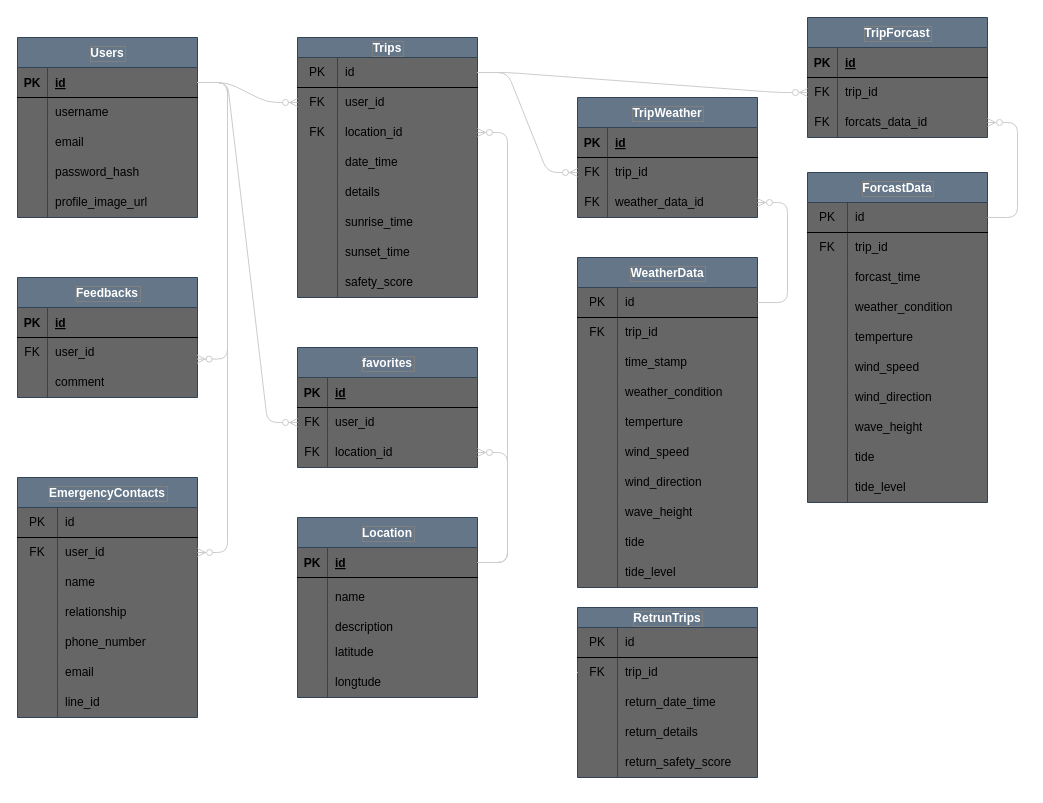
This is 開発設計書/DB/ER.drawio from ragna1123/safety_kayak_fishing_documents, a draw.io file, before an edit. Source tidied: cells renumbered, new cells numbered last; positions are measured from the earlier drawing's top-left corner, leaving out a move shared by most shapes. Both pictures are drawn from the tidied source at 100%, with x=0, y=0 at pixel (17, 17).
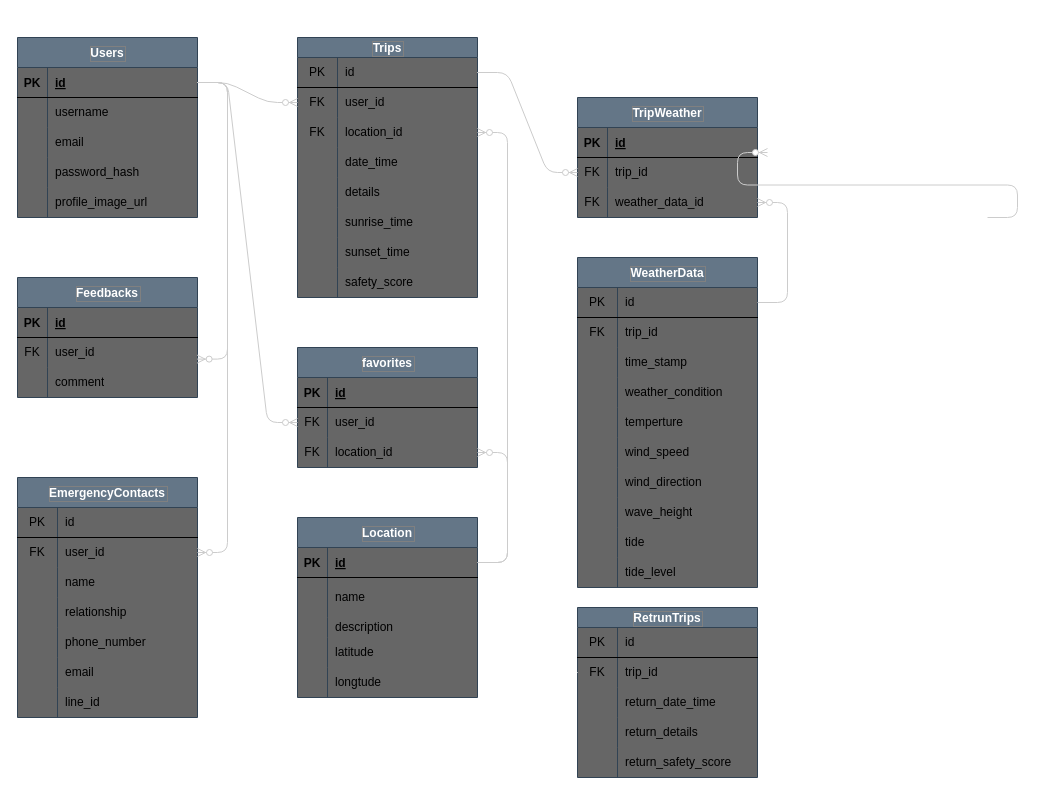
Above is the later version.

Unchanged cells that the change refers to:
```xml
<mxCell id="3" style="shape=tableRow;horizontal=0;startSize=0;swimlaneHead=0;swimlaneBody=0;top=0;left=0;bottom=0;right=0;fillColor=none;points=[[0,0.5],[1,0.5]];portConstraint=eastwest;" parent="2" vertex="1">
  <mxGeometry y="20" width="180" height="30" as="geometry" />
</mxCell>
```

What changed in the source:
```diff
@@
-    <mxCell id="156" value="ForcastData" style="shape=table;startSize=30;childLayout=tableLayout;rowLines=0;fontStyle=1;labelBackgroundColor=none;fillColor=#647687;strokeColor=#314354;fontColor=#FFFFFF;swimlaneFillColor=#666666;labelBorderColor=#808080;" parent="1" vertex="1">
-      <mxGeometry x="790" y="155" width="180" height="330" as="geometry" />
-    </mxCell>
-    <mxCell id="157" style="shape=tableRow;horizontal=0;startSize=0;swimlaneHead=0;swimlaneBody=0;top=0;left=0;bottom=0;right=0;fillColor=none;points=[[0,0.5],[1,0.5]];portConstraint=eastwest;" parent="156" vertex="1">
-      <mxGeometry y="30" width="180" height="30" as="geometry" />
-    </mxCell>
-    <mxCell id="158" value="PK" style="shape=partialRectangle;html=1;whiteSpace=wrap;fillColor=none;top=0;left=0;bottom=1;right=0;overflow=hidden;" parent="157" vertex="1">
-      <mxGeometry width="40" height="30" as="geometry" />
-    </mxCell>
-    <mxCell id="159" value="id" style="shape=partialRectangle;html=1;whiteSpace=wrap;fillColor=none;top=0;left=0;bottom=1;right=0;align=left;spacingLeft=6;overflow=hidden;" parent="157" vertex="1">
-      <mxGeometry x="40" width="140" height="30" as="geometry" />
-    </mxCell>
-    <mxCell id="160" style="shape=tableRow;horizontal=0;startSize=0;swimlaneHead=0;swimlaneBody=0;top=0;left=0;bottom=0;right=0;fillColor=none;" parent="156" vertex="1">
-      <mxGeometry y="60" width="180" height="30" as="geometry" />
-    </mxCell>
-    <mxCell id="161" value="FK" style="shape=partialRectangle;html=1;whiteSpace=wrap;fillColor=none;top=0;left=0;bottom=0;right=0;overflow=hidden;" parent="160" vertex="1">
-      <mxGeometry width="40" height="30" as="geometry" />
-    </mxCell>
-    <mxCell id="162" value="trip_id" style="shape=partialRectangle;html=1;whiteSpace=wrap;fillColor=none;top=0;left=0;bottom=0;right=0;align=left;spacingLeft=6;overflow=hidden;" parent="160" vertex="1">
-      <mxGeometry x="40" width="140" height="30" as="geometry" />
-    </mxCell>
-    <mxCell id="163" style="shape=tableRow;horizontal=0;startSize=0;swimlaneHead=0;swimlaneBody=0;top=0;left=0;bottom=0;right=0;fillColor=none;" parent="156" vertex="1">
-      <mxGeometry y="90" width="180" height="30" as="geometry" />
-    </mxCell>
-    <mxCell id="164" style="shape=partialRectangle;html=1;whiteSpace=wrap;fillColor=none;top=0;left=0;bottom=0;right=0;overflow=hidden;" parent="163" vertex="1">
-      <mxGeometry width="40" height="30" as="geometry" />
-    </mxCell>
-    <mxCell id="165" value="forcast_time" style="shape=partialRectangle;html=1;whiteSpace=wrap;fillColor=none;top=0;left=0;bottom=0;right=0;align=left;spacingLeft=6;overflow=hidden;" parent="163" vertex="1">
-      <mxGeometry x="40" width="140" height="30" as="geometry" />
-    </mxCell>
-    <mxCell id="166" style="shape=tableRow;horizontal=0;startSize=0;swimlaneHead=0;swimlaneBody=0;top=0;left=0;bottom=0;right=0;fillColor=none;" parent="156" vertex="1">
-      <mxGeometry y="120" width="180" height="30" as="geometry" />
-    </mxCell>
-    <mxCell id="167" style="shape=partialRectangle;html=1;whiteSpace=wrap;fillColor=none;top=0;left=0;bottom=0;right=0;overflow=hidden;" parent="166" vertex="1">
-      <mxGeometry width="40" height="30" as="geometry" />
-    </mxCell>
-    <mxCell id="168" value="weather_condition" style="shape=partialRectangle;html=1;whiteSpace=wrap;fillColor=none;top=0;left=0;bottom=0;right=0;align=left;spacingLeft=6;overflow=hidden;" parent="166" vertex="1">
-      <mxGeometry x="40" width="140" height="30" as="geometry" />
-    </mxCell>
-    <mxCell id="169" style="shape=tableRow;horizontal=0;startSize=0;swimlaneHead=0;swimlaneBody=0;top=0;left=0;bottom=0;right=0;fillColor=none;" parent="156" vertex="1">
-      <mxGeometry y="150" width="180" height="30" as="geometry" />
-    </mxCell>
-    <mxCell id="170" style="shape=partialRectangle;html=1;whiteSpace=wrap;fillColor=none;top=0;left=0;bottom=0;right=0;overflow=hidden;" parent="169" vertex="1">
-      <mxGeometry width="40" height="30" as="geometry" />
-    </mxCell>
-    <mxCell id="171" value="temperture" style="shape=partialRectangle;html=1;whiteSpace=wrap;fillColor=none;top=0;left=0;bottom=0;right=0;align=left;spacingLeft=6;overflow=hidden;" parent="169" vertex="1">
-      <mxGeometry x="40" width="140" height="30" as="geometry" />
-    </mxCell>
-    <mxCell id="172" style="shape=tableRow;horizontal=0;startSize=0;swimlaneHead=0;swimlaneBody=0;top=0;left=0;bottom=0;right=0;fillColor=none;" parent="156" vertex="1">
-      <mxGeometry y="180" width="180" height="30" as="geometry" />
-    </mxCell>
-    <mxCell id="173" style="shape=partialRectangle;html=1;whiteSpace=wrap;fillColor=none;top=0;left=0;bottom=0;right=0;overflow=hidden;" parent="172" vertex="1">
-      <mxGeometry width="40" height="30" as="geometry" />
-    </mxCell>
-    <mxCell id="174" value="wind_speed" style="shape=partialRectangle;html=1;whiteSpace=wrap;fillColor=none;top=0;left=0;bottom=0;right=0;align=left;spacingLeft=6;overflow=hidden;" parent="172" vertex="1">
-      <mxGeometry x="40" width="140" height="30" as="geometry" />
-    </mxCell>
-    <mxCell id="175" style="shape=tableRow;horizontal=0;startSize=0;swimlaneHead=0;swimlaneBody=0;top=0;left=0;bottom=0;right=0;fillColor=none;" parent="156" vertex="1">
-      <mxGeometry y="210" width="180" height="30" as="geometry" />
-    </mxCell>
-    <mxCell id="176" style="shape=partialRectangle;html=1;whiteSpace=wrap;fillColor=none;top=0;left=0;bottom=0;right=0;overflow=hidden;" parent="175" vertex="1">
-      <mxGeometry width="40" height="30" as="geometry" />
-    </mxCell>
-    <mxCell id="177" value="wind_direction" style="shape=partialRectangle;html=1;whiteSpace=wrap;fillColor=none;top=0;left=0;bottom=0;right=0;align=left;spacingLeft=6;overflow=hidden;" parent="175" vertex="1">
-      <mxGeometry x="40" width="140" height="30" as="geometry" />
-    </mxCell>
-    <mxCell id="178" style="shape=tableRow;horizontal=0;startSize=0;swimlaneHead=0;swimlaneBody=0;top=0;left=0;bottom=0;right=0;fillColor=none;" parent="156" vertex="1">
-      <mxGeometry y="240" width="180" height="30" as="geometry" />
-    </mxCell>
-    <mxCell id="179" style="shape=partialRectangle;html=1;whiteSpace=wrap;fillColor=none;top=0;left=0;bottom=0;right=0;overflow=hidden;" parent="178" vertex="1">
-      <mxGeometry width="40" height="30" as="geometry" />
-    </mxCell>
-    <mxCell id="180" value="wave_height" style="shape=partialRectangle;html=1;whiteSpace=wrap;fillColor=none;top=0;left=0;bottom=0;right=0;align=left;spacingLeft=6;overflow=hidden;" parent="178" vertex="1">
-      <mxGeometry x="40" width="140" height="30" as="geometry" />
-    </mxCell>
-    <mxCell id="181" style="shape=tableRow;horizontal=0;startSize=0;swimlaneHead=0;swimlaneBody=0;top=0;left=0;bottom=0;right=0;fillColor=none;" parent="156" vertex="1">
-      <mxGeometry y="270" width="180" height="30" as="geometry" />
-    </mxCell>
-    <mxCell id="182" style="shape=partialRectangle;html=1;whiteSpace=wrap;fillColor=none;top=0;left=0;bottom=0;right=0;overflow=hidden;" parent="181" vertex="1">
-      <mxGeometry width="40" height="30" as="geometry" />
-    </mxCell>
-    <mxCell id="183" value="tide" style="shape=partialRectangle;html=1;whiteSpace=wrap;fillColor=none;top=0;left=0;bottom=0;right=0;align=left;spacingLeft=6;overflow=hidden;" parent="181" vertex="1">
-      <mxGeometry x="40" width="140" height="30" as="geometry" />
-    </mxCell>
-    <mxCell id="184" style="shape=tableRow;horizontal=0;startSize=0;swimlaneHead=0;swimlaneBody=0;top=0;left=0;bottom=0;right=0;fillColor=none;" parent="156" vertex="1">
-      <mxGeometry y="300" width="180" height="30" as="geometry" />
-    </mxCell>
-    <mxCell id="185" style="shape=partialRectangle;html=1;whiteSpace=wrap;fillColor=none;top=0;left=0;bottom=0;right=0;overflow=hidden;" parent="184" vertex="1">
-      <mxGeometry width="40" height="30" as="geometry" />
-    </mxCell>
-    <mxCell id="186" value="tide_level" style="shape=partialRectangle;html=1;whiteSpace=wrap;fillColor=none;top=0;left=0;bottom=0;right=0;align=left;spacingLeft=6;overflow=hidden;" parent="184" vertex="1">
-      <mxGeometry x="40" width="140" height="30" as="geometry" />
-    </mxCell>
@@
-    <mxCell id="197" value="TripForcast" style="shape=table;startSize=30;childLayout=tableLayout;rowLines=0;fontStyle=1;align=center;labelBackgroundColor=none;fillColor=#647687;strokeColor=#314354;fontColor=#FFFFFF;swimlaneFillColor=#666666;labelBorderColor=#808080;" parent="1" vertex="1">
-      <mxGeometry x="790" width="180" height="120" as="geometry" />
-    </mxCell>
-    <mxCell id="198" style="shape=tableRow;horizontal=0;startSize=0;swimlaneHead=0;swimlaneBody=0;fillColor=none;top=0;left=0;right=0;bottom=1;" parent="197" vertex="1">
-      <mxGeometry y="30" width="180" height="30" as="geometry" />
-    </mxCell>
-    <mxCell id="199" value="PK" style="shape=partialRectangle;fillColor=none;top=0;left=0;bottom=0;right=0;fontStyle=1;overflow=hidden;" parent="198" vertex="1">
-      <mxGeometry width="30" height="30" as="geometry" />
-    </mxCell>
-    <mxCell id="200" value="id" style="shape=partialRectangle;fillColor=none;top=0;left=0;bottom=0;right=0;align=left;spacingLeft=6;fontStyle=5;overflow=hidden;" parent="198" vertex="1">
-      <mxGeometry x="30" width="150" height="30" as="geometry" />
-    </mxCell>
-    <mxCell id="201" style="shape=tableRow;horizontal=0;startSize=0;swimlaneHead=0;swimlaneBody=0;top=0;left=0;bottom=0;right=0;fillColor=none;points=[[0,0.5],[1,0.5]];portConstraint=eastwest;" parent="197" vertex="1">
-      <mxGeometry y="60" width="180" height="30" as="geometry" />
-    </mxCell>
-    <mxCell id="202" value="FK" style="shape=partialRectangle;html=1;whiteSpace=wrap;fillColor=none;top=0;left=0;bottom=0;right=0;overflow=hidden;" parent="201" vertex="1">
-      <mxGeometry width="30" height="30" as="geometry" />
-    </mxCell>
-    <mxCell id="203" value="trip_id" style="shape=partialRectangle;html=1;whiteSpace=wrap;fillColor=none;top=0;left=0;bottom=0;right=0;align=left;spacingLeft=6;overflow=hidden;" parent="201" vertex="1">
-      <mxGeometry x="30" width="150" height="30" as="geometry" />
-    </mxCell>
-    <mxCell id="204" style="shape=tableRow;horizontal=0;startSize=0;swimlaneHead=0;swimlaneBody=0;top=0;left=0;bottom=0;right=0;fillColor=none;points=[[0,0.5],[1,0.5]];portConstraint=eastwest;" parent="197" vertex="1">
-      <mxGeometry y="90" width="180" height="30" as="geometry" />
-    </mxCell>
-    <mxCell id="205" value="FK" style="shape=partialRectangle;html=1;whiteSpace=wrap;fillColor=none;top=0;left=0;bottom=0;right=0;overflow=hidden;" parent="204" vertex="1">
-      <mxGeometry width="30" height="30" as="geometry" />
-    </mxCell>
-    <mxCell id="206" value="forcats_data_id" style="shape=partialRectangle;html=1;whiteSpace=wrap;fillColor=none;top=0;left=0;bottom=0;right=0;align=left;spacingLeft=6;overflow=hidden;" parent="204" vertex="1">
-      <mxGeometry x="30" width="150" height="30" as="geometry" />
-    </mxCell>
@@
-    <mxCell id="208" style="edgeStyle=entityRelationEdgeStyle;fontSize=12;html=1;endArrow=ERzeroToMany;endFill=1;strokeColor=#CCCCCC;exitX=1;exitY=0.5;exitDx=0;exitDy=0;entryX=0;entryY=0.5;entryDx=0;entryDy=0;" parent="1" edge="1" source="3" target="201">
-      <mxGeometry relative="1" as="geometry" />
-    </mxCell>
@@
-    <mxCell id="210" style="edgeStyle=entityRelationEdgeStyle;fontSize=12;html=1;endArrow=ERzeroToMany;endFill=1;strokeColor=#CCCCCC;exitX=1;exitY=0.5;exitDx=0;exitDy=0;" parent="1" edge="1" source="157" target="204">
-      <mxGeometry relative="1" as="geometry" />
+    <mxCell id="210" style="edgeStyle=entityRelationEdgeStyle;fontSize=12;html=1;endArrow=ERzeroToMany;endFill=1;strokeColor=#CCCCCC;exitX=1;exitY=0.5;exitDx=0;exitDy=0;" parent="1" edge="1">
+      <mxGeometry relative="1" as="geometry">
+        <mxPoint x="970" y="200" as="sourcePoint" />
+        <mxPoint x="750" y="135" as="targetPoint" />
+      </mxGeometry>
     </mxCell>
```
